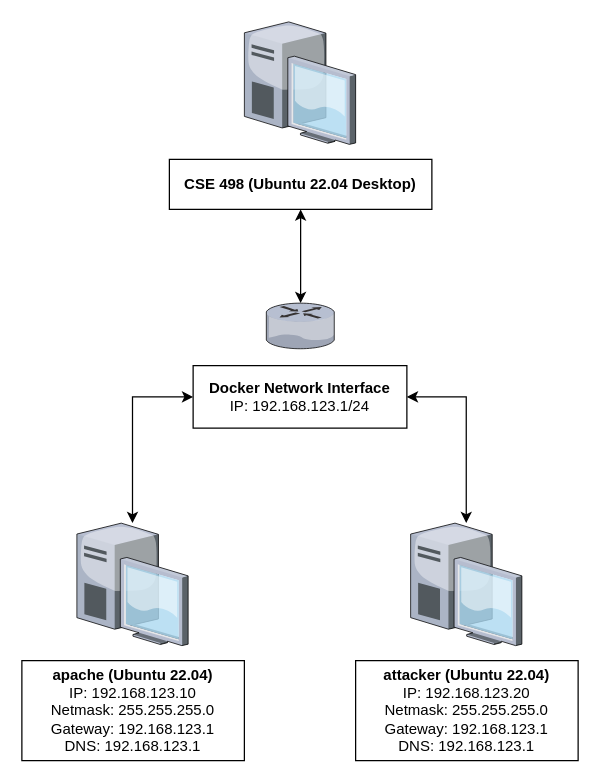
Above: resources/Docker Network Topology.drawio in mjkrooz/cse498-nids (draw.io), before the change. Source tidied: cells renumbered, new cells numbered last; positions are measured from the earlier drawing's top-left corner, leaving out a move shared by most shapes. Both pictures are drawn from the tidied source at 125%, with x=0, y=0 at pixel (21, 21).
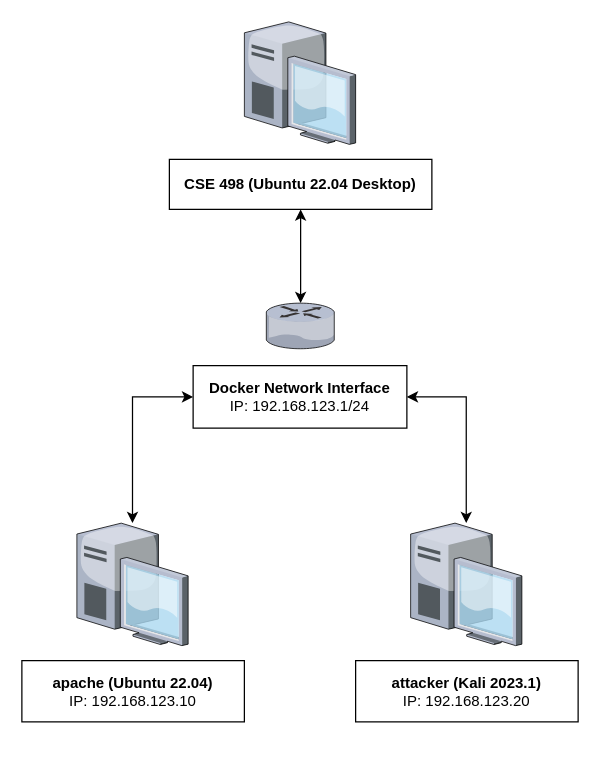
The same diagram, later.

Change to the diagram source:
```diff
@@
 <mxGraphModel>
   <root>
     <mxCell id="0" />
     <mxCell id="1" parent="0" />
     <mxCell id="2" style="verticalLabelPosition=bottom;sketch=0;html=1;verticalAlign=top;strokeColor=none;align=center;outlineConnect=0;shape=mxgraph.citrix.desktop;" parent="1" vertex="1">
       <mxGeometry x="44" y="401" width="89" height="98" as="geometry" />
     </mxCell>
-    <mxCell id="3" value="&lt;b&gt;apache (Ubuntu 22.04)&lt;/b&gt;&lt;br&gt;IP: 192.168.123.10&lt;br&gt;Netmask: 255.255.255.0&lt;br&gt;Gateway: 192.168.123.1&lt;br&gt;DNS: 192.168.123.1" style="rounded=0;whiteSpace=wrap;html=1;" parent="1" vertex="1">
-      <mxGeometry y="511" width="178" height="80" as="geometry" />
+    <mxCell id="3" value="&lt;b&gt;apache (Ubuntu 22.04)&lt;/b&gt;&lt;br&gt;IP: 192.168.123.10" style="rounded=0;whiteSpace=wrap;html=1;" parent="1" vertex="1">
+      <mxGeometry y="511" width="178" height="49" as="geometry" />
     </mxCell>
     <mxCell id="4" style="verticalLabelPosition=bottom;sketch=0;html=1;verticalAlign=top;strokeColor=none;align=center;outlineConnect=0;shape=mxgraph.citrix.desktop;" parent="1" vertex="1">
       <mxGeometry x="311" y="401" width="89" height="98" as="geometry" />
     </mxCell>
-    <mxCell id="5" value="&lt;b&gt;attacker (Ubuntu 22.04)&lt;/b&gt;&lt;br&gt;IP: 192.168.123.20&lt;br&gt;Netmask: 255.255.255.0&lt;br&gt;Gateway: 192.168.123.1&lt;br&gt;DNS: 192.168.123.1" style="rounded=0;whiteSpace=wrap;html=1;" parent="1" vertex="1">
-      <mxGeometry x="267" y="511" width="178" height="80" as="geometry" />
+    <mxCell id="5" value="&lt;b&gt;attacker (Kali 2023.1)&lt;/b&gt;&lt;br&gt;IP: 192.168.123.20&lt;br&gt;" style="rounded=0;whiteSpace=wrap;html=1;" parent="1" vertex="1">
+      <mxGeometry x="267" y="511" width="178" height="49" as="geometry" />
     </mxCell>
     <mxCell id="6" style="verticalLabelPosition=bottom;sketch=0;html=1;verticalAlign=top;strokeColor=none;align=center;shape=mxgraph.citrix.desktop;" parent="1" vertex="1">
       <mxGeometry x="178" width="89" height="98" as="geometry" />
     </mxCell>
     <mxCell id="7" style="edgeStyle=orthogonalEdgeStyle;rounded=0;jettySize=auto;html=1;startArrow=classic;startFill=1;" parent="1" edge="1" source="8" target="12">
       <mxGeometry relative="1" as="geometry" />
     </mxCell>
     <mxCell id="8" value="&lt;b&gt;CSE 498 (Ubuntu 22.04 Desktop)&lt;/b&gt;" style="rounded=0;whiteSpace=wrap;html=1;" parent="1" vertex="1">
       <mxGeometry x="118" y="110" width="210" height="40" as="geometry" />
     </mxCell>
     <mxCell id="9" style="edgeStyle=orthogonalEdgeStyle;rounded=0;jettySize=auto;html=1;startArrow=classic;startFill=1;" parent="1" edge="1" source="11" target="2">
       <mxGeometry relative="1" as="geometry" />
     </mxCell>
     <mxCell id="10" style="edgeStyle=orthogonalEdgeStyle;rounded=0;jettySize=auto;html=1;startArrow=classic;startFill=1;" parent="1" edge="1" source="11" target="4">
       <mxGeometry relative="1" as="geometry" />
     </mxCell>
     <mxCell id="11" value="Docker Network Interface&lt;br&gt;&lt;span style=&quot;font-weight: 400&quot;&gt;IP: 192.168.123.1/24&lt;/span&gt;" style="rounded=0;whiteSpace=wrap;html=1;fontStyle=1;" parent="1" vertex="1">
       <mxGeometry x="137" y="275" width="171" height="50" as="geometry" />
     </mxCell>
     <mxCell id="12" style="verticalLabelPosition=bottom;sketch=0;html=1;verticalAlign=top;strokeColor=none;align=center;outlineConnect=0;shape=mxgraph.citrix.router;" parent="1" vertex="1">
       <mxGeometry x="195.5" y="225" width="55" height="36.5" as="geometry" />
     </mxCell>
   </root>
 </mxGraphModel>
```
